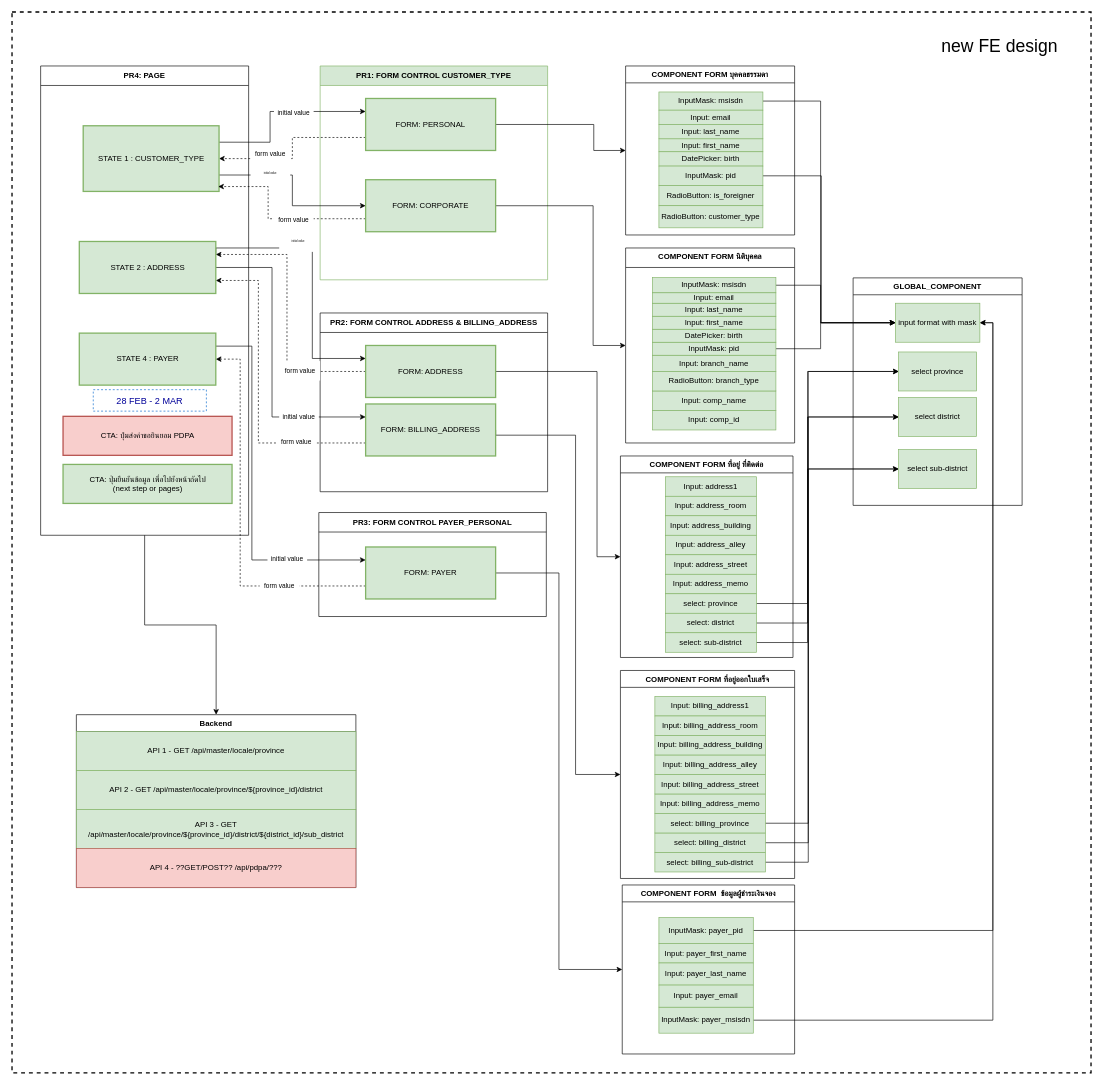
The draw.io diagram booking_customer-diagram_13-18-FEB.drawio in peapong/draw.io-diagrams, before the edit. Source tidied: cells renumbered, new cells numbered last; positions are measured from the earlier drawing's top-left corner, leaving out a move shared by most shapes. Both pictures are drawn from the tidied source at 65%, with x=0, y=0 at pixel (12, 12).
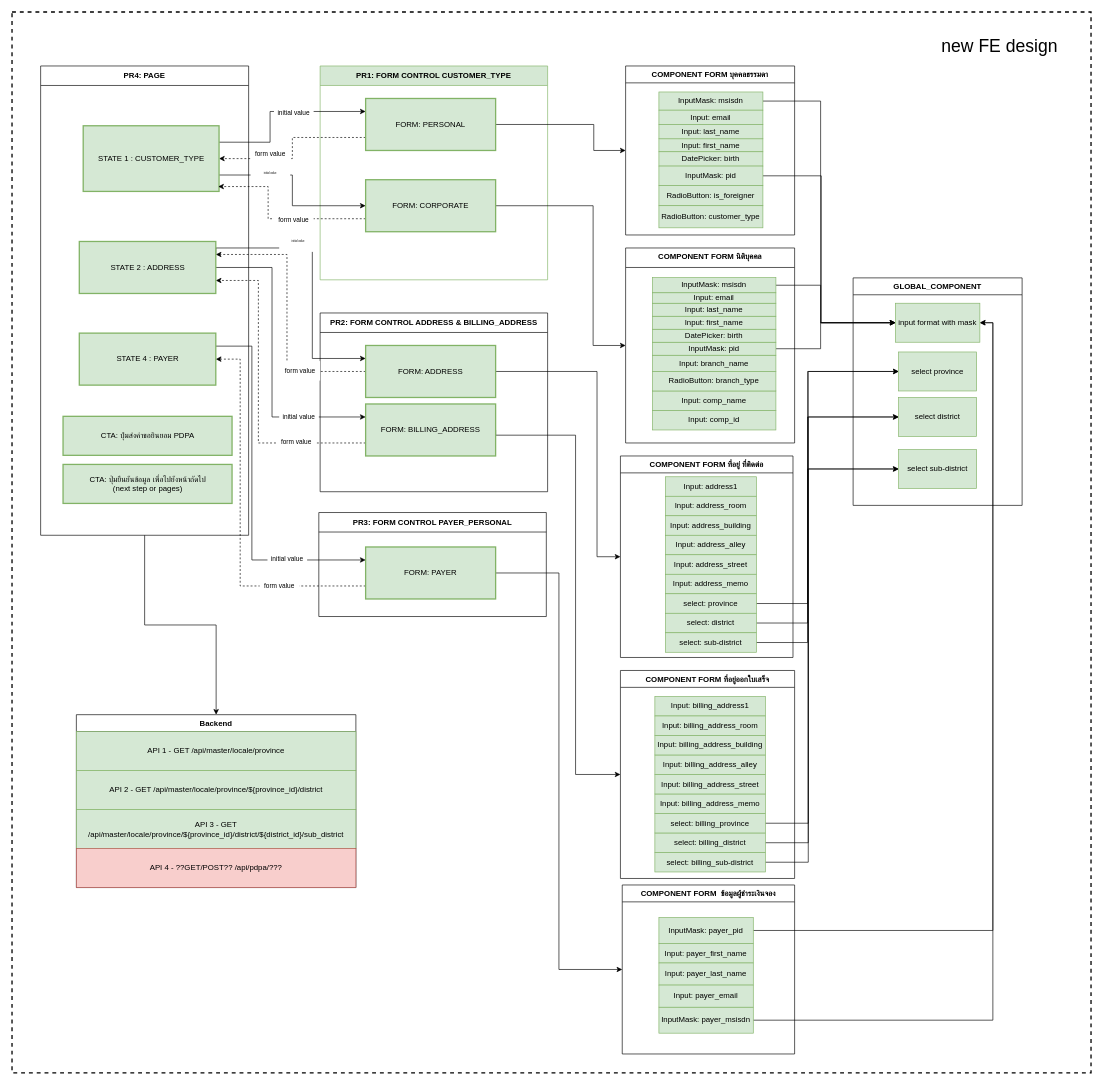
The same page after the edit.

What changed in the source:
```diff
@@
-    <mxCell id="96" value="CTA: ปุ่มส่งคำขอยินยอม PDPA" style="rounded=0;whiteSpace=wrap;html=1;strokeWidth=2;fillColor=#f8cecc;strokeColor=#b85450;" parent="1" vertex="1">
+    <mxCell id="96" value="CTA: ปุ่มส่งคำขอยินยอม PDPA" style="rounded=0;whiteSpace=wrap;html=1;strokeWidth=2;fillColor=#d5e8d4;strokeColor=#82b366;" parent="1" vertex="1">
       <mxGeometry x="78.5" y="622" width="260" height="60" as="geometry" />
     </mxCell>
@@
-    <mxCell id="113" value="&lt;font style=&quot;font-size: 14px;&quot; color=&quot;#000099&quot;&gt;28 FEB - 2 MAR&lt;/font&gt;" style="text;html=1;align=center;verticalAlign=middle;whiteSpace=wrap;rounded=0;dashed=1;strokeColor=#0066CC;" parent="1" vertex="1">
-      <mxGeometry x="125" y="581" width="174" height="33" as="geometry" />
-    </mxCell>
```
